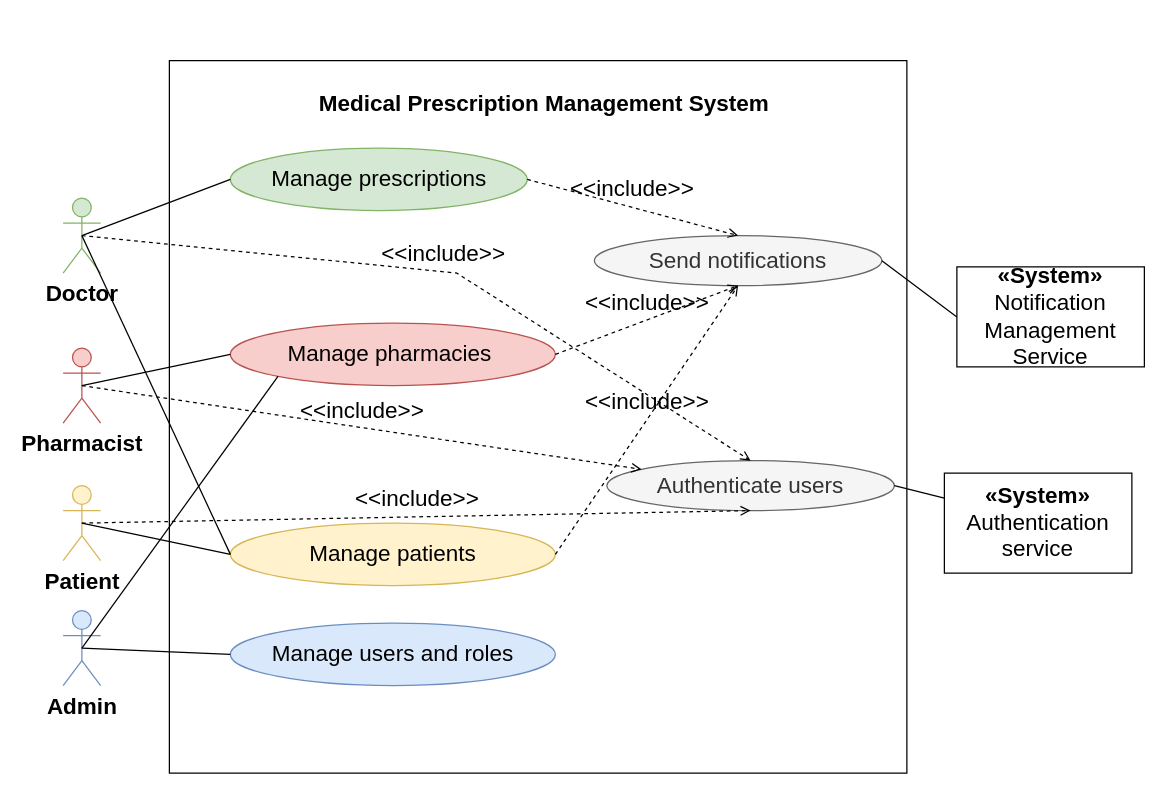
Earlier version of the draw.io diagram Use case_diagram/Global useCase diagram.drawio (siwar630/Conception-pfe). Source tidied: cells renumbered, new cells numbered last; positions are measured from the earlier drawing's top-left corner, leaving out a move shared by most shapes. Both pictures are drawn from the tidied source at 125%, with x=0, y=0 at pixel (62, 60).
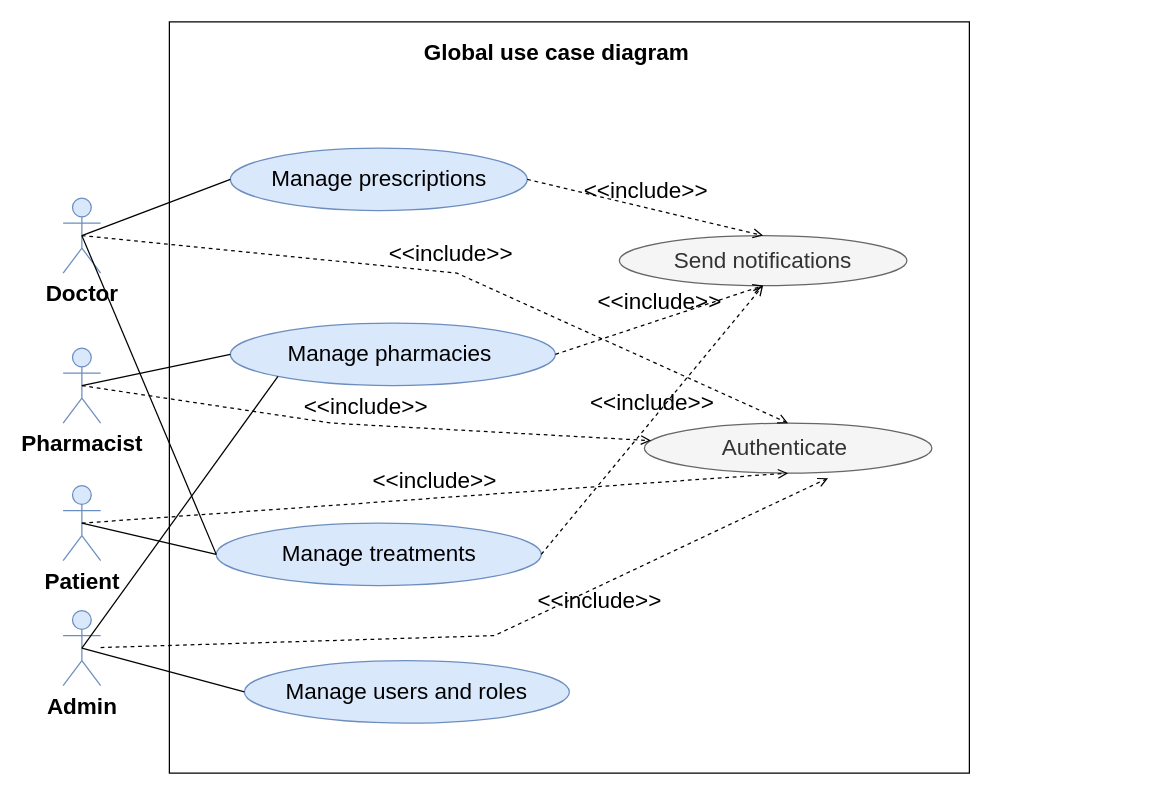
The same page after the edit.

Commit message:
Mettre à jour Global useCase diagram.drawio

Unchanged cells that the change refers to:
```xml
<mxCell id="13" value="&lt;b&gt;Admin&lt;/b&gt;" style="shape=umlActor;verticalLabelPosition=bottom;verticalAlign=top;html=1;outlineConnect=0;fillColor=#dae8fc;strokeColor=#6c8ebf;fontSize=18;" parent="1" vertex="1">
  <mxGeometry y="440" width="30" height="60" as="geometry" />
</mxCell>
```

Diff of the diagram source:
```diff
@@
     <mxCell id="2" style="html=1;whiteSpace=wrap;fontSize=18;" parent="1" vertex="1">
-      <mxGeometry x="85" width="590" height="570" as="geometry" />
+      <mxGeometry x="85" y="-31" width="640" height="601" as="geometry" />
     </mxCell>
-    <mxCell id="3" value="&lt;span style=&quot;text-align: left;&quot;&gt;&lt;font&gt;&lt;span&gt;Medical Prescription Management System&lt;/span&gt;&lt;/font&gt;&lt;/span&gt;" style="text;html=1;align=center;verticalAlign=middle;whiteSpace=wrap;rounded=0;fontSize=18;fontStyle=1;" parent="1" vertex="1">
-      <mxGeometry x="165" y="20" width="440" height="30" as="geometry" />
-    </mxCell>
-    <mxCell id="4" value="&lt;span style=&quot;text-align: left; text-wrap-mode: wrap;&quot;&gt;Doctor&lt;/span&gt;" style="shape=umlActor;verticalLabelPosition=bottom;verticalAlign=top;html=1;outlineConnect=0;fillColor=#d5e8d4;strokeColor=#82b366;fontSize=18;fontStyle=1;" parent="1" vertex="1">
+    <mxCell id="4" value="&lt;span style=&quot;text-align: left; text-wrap-mode: wrap;&quot;&gt;Doctor&lt;/span&gt;" style="shape=umlActor;verticalLabelPosition=bottom;verticalAlign=top;html=1;outlineConnect=0;fillColor=#dae8fc;strokeColor=#6c8ebf;fontSize=18;fontStyle=1;" parent="1" vertex="1">
       <mxGeometry y="110" width="30" height="60" as="geometry" />
     </mxCell>
-    <mxCell id="5" value="&lt;span style=&quot;text-align: left; text-wrap-mode: wrap;&quot;&gt;&lt;b&gt;Pharmacist&lt;/b&gt;&lt;/span&gt;" style="shape=umlActor;verticalLabelPosition=bottom;verticalAlign=top;html=1;outlineConnect=0;fillColor=#f8cecc;strokeColor=#b85450;fontSize=18;" parent="1" vertex="1">
+    <mxCell id="5" value="&lt;span style=&quot;text-align: left; text-wrap-mode: wrap;&quot;&gt;&lt;b&gt;Pharmacist&lt;/b&gt;&lt;/span&gt;" style="shape=umlActor;verticalLabelPosition=bottom;verticalAlign=top;html=1;outlineConnect=0;fillColor=#dae8fc;strokeColor=#6c8ebf;fontSize=18;" parent="1" vertex="1">
       <mxGeometry y="230" width="30" height="60" as="geometry" />
     </mxCell>
-    <mxCell id="6" value="&lt;b&gt;Patient&lt;/b&gt;" style="shape=umlActor;verticalLabelPosition=bottom;verticalAlign=top;html=1;outlineConnect=0;fillColor=#fff2cc;strokeColor=#d6b656;fontSize=18;" parent="1" vertex="1">
+    <mxCell id="6" value="&lt;b&gt;Patient&lt;/b&gt;" style="shape=umlActor;verticalLabelPosition=bottom;verticalAlign=top;html=1;outlineConnect=0;fillColor=#dae8fc;strokeColor=#6c8ebf;fontSize=18;" parent="1" vertex="1">
       <mxGeometry y="340" width="30" height="60" as="geometry" />
     </mxCell>
-    <mxCell id="7" value="&lt;b&gt;«System»&lt;br&gt;&lt;/b&gt;&lt;span style=&quot;text-align: left;&quot;&gt;Notification Management Service&lt;/span&gt;" style="html=1;whiteSpace=wrap;fontSize=18;" parent="1" vertex="1">
-      <mxGeometry x="715" y="165" width="150" height="80" as="geometry" />
-    </mxCell>
-    <mxCell id="8" value="&lt;span style=&quot;text-align: left;&quot;&gt;Manage prescriptions&lt;/span&gt;" style="ellipse;whiteSpace=wrap;html=1;align=center;fillColor=#d5e8d4;strokeColor=#82b366;fontSize=18;" parent="1" vertex="1">
+    <mxCell id="8" value="&lt;span style=&quot;text-align: left;&quot;&gt;Manage prescriptions&lt;/span&gt;" style="ellipse;whiteSpace=wrap;html=1;align=center;fillColor=#dae8fc;strokeColor=#6c8ebf;fontSize=18;" parent="1" vertex="1">
       <mxGeometry x="133.8" y="70" width="237.5" height="50" as="geometry" />
     </mxCell>
-    <mxCell id="9" value="&lt;span style=&quot;text-align: left;&quot;&gt;Manage pharmacies&amp;nbsp;&lt;/span&gt;" style="ellipse;whiteSpace=wrap;html=1;align=center;fillColor=#f8cecc;strokeColor=#b85450;fontSize=18;" parent="1" vertex="1">
+    <mxCell id="9" value="&lt;span style=&quot;text-align: left;&quot;&gt;Manage pharmacies&amp;nbsp;&lt;/span&gt;" style="ellipse;whiteSpace=wrap;html=1;align=center;fillColor=#dae8fc;strokeColor=#6c8ebf;fontSize=18;" parent="1" vertex="1">
       <mxGeometry x="133.8" y="210" width="260" height="50" as="geometry" />
     </mxCell>
     <mxCell id="10" value="&lt;span style=&quot;text-align: left;&quot;&gt;Manage users and roles&lt;/span&gt;" style="ellipse;whiteSpace=wrap;html=1;align=center;fillColor=#dae8fc;strokeColor=#6c8ebf;fontSize=18;" parent="1" vertex="1">
-      <mxGeometry x="133.8" y="450" width="260" height="50" as="geometry" />
+      <mxGeometry x="145" y="480" width="260" height="50" as="geometry" />
     </mxCell>
-    <mxCell id="11" value="&lt;span style=&quot;text-align: left;&quot;&gt;Manage patients&lt;/span&gt;" style="ellipse;whiteSpace=wrap;html=1;align=center;fillColor=#fff2cc;strokeColor=#d6b656;fontSize=18;" parent="1" vertex="1">
-      <mxGeometry x="133.8" y="370" width="260" height="50" as="geometry" />
+    <mxCell id="11" value="&lt;span style=&quot;text-align: left;&quot;&gt;Manage treatments&lt;/span&gt;" style="ellipse;whiteSpace=wrap;html=1;align=center;fillColor=#dae8fc;strokeColor=#6c8ebf;fontSize=18;" parent="1" vertex="1">
+      <mxGeometry x="122.5" y="370" width="260" height="50" as="geometry" />
     </mxCell>
-    <mxCell id="12" value="&lt;span&gt;Authenticate users&lt;/span&gt;" style="ellipse;whiteSpace=wrap;html=1;align=center;fillColor=#f5f5f5;fontColor=#333333;strokeColor=#666666;fontSize=18;" parent="1" vertex="1">
-      <mxGeometry x="435" y="320" width="230" height="40" as="geometry" />
+    <mxCell id="12" value="&lt;span&gt;Authenticate&amp;nbsp;&lt;/span&gt;" style="ellipse;whiteSpace=wrap;html=1;align=center;fillColor=#f5f5f5;fontColor=#333333;strokeColor=#666666;fontSize=18;" parent="1" vertex="1">
+      <mxGeometry x="465" y="290" width="230" height="40" as="geometry" />
     </mxCell>
@@
     <mxCell id="22" value="&lt;span&gt;Send notifications&lt;/span&gt;" style="ellipse;whiteSpace=wrap;html=1;align=center;fillColor=#f5f5f5;fontColor=#333333;strokeColor=#666666;fontSize=18;" parent="1" vertex="1">
-      <mxGeometry x="425" y="140" width="230" height="40" as="geometry" />
+      <mxGeometry x="445" y="140" width="230" height="40" as="geometry" />
     </mxCell>
-    <mxCell id="23" style="endArrow=none;html=1;rounded=0;fontSize=18;entryX=0;entryY=0.5;entryDx=0;entryDy=0;exitX=1;exitY=0.5;exitDx=0;exitDy=0;" parent="1" edge="1" source="22" target="7">
-      <mxGeometry relative="1" as="geometry" />
-    </mxCell>
-    <mxCell id="24" value="&lt;b&gt;«System»&lt;br&gt;&lt;/b&gt;&lt;span style=&quot;text-align: left;&quot;&gt;Authentication service&lt;/span&gt;" style="html=1;whiteSpace=wrap;fontSize=18;" parent="1" vertex="1">
-      <mxGeometry x="705" y="330" width="150" height="80" as="geometry" />
-    </mxCell>
-    <mxCell id="25" style="endArrow=none;html=1;rounded=0;fontSize=18;entryX=0;entryY=0.25;entryDx=0;entryDy=0;exitX=1;exitY=0.5;exitDx=0;exitDy=0;" parent="1" edge="1" source="12" target="24">
-      <mxGeometry relative="1" as="geometry" />
-    </mxCell>
@@
+    <mxCell id="30" value="&amp;lt;&amp;lt;include&amp;gt;&amp;gt;" style="edgeStyle=none;html=1;endArrow=open;verticalAlign=bottom;dashed=1;labelBackgroundColor=none;rounded=0;entryX=0.639;entryY=1.1;entryDx=0;entryDy=0;fontSize=18;entryPerimeter=0;" parent="1" edge="1" source="13" target="12">
+      <mxGeometry x="0.3" y="-23" relative="1" as="geometry">
+        <Array as="points">
+          <mxPoint x="345" y="460" />
+        </Array>
+      </mxGeometry>
+    </mxCell>
+    <mxCell id="31" value="&lt;span style=&quot;text-align: left;&quot;&gt;Global use case diagram&lt;/span&gt;" style="text;html=1;align=center;verticalAlign=middle;whiteSpace=wrap;rounded=0;fontSize=18;fontStyle=1;" parent="1" vertex="1">
+      <mxGeometry x="175" y="-21" width="440" height="30" as="geometry" />
+    </mxCell>
```
